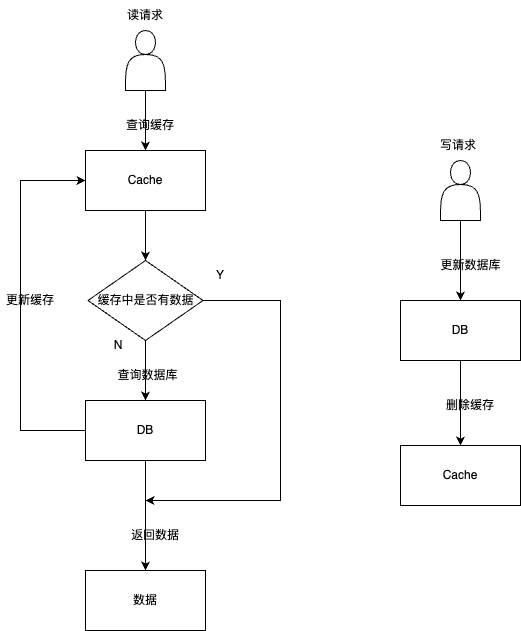
This is read-through.png from qinjianmin/draw.io, a draw.io export, as it was before one commit. Source tidied: cells renumbered, new cells last; positions are measured from the earlier drawing's top-left corner, leaving out a move shared by most shapes. Source of this version:
```xml
<mxGraphModel>
  <root>
    <mxCell id="0" />
    <mxCell id="1" parent="0" />
    <mxCell id="2" value="读请求" style="text;html=1;strokeColor=none;fillColor=none;align=center;verticalAlign=middle;whiteSpace=wrap;rounded=0;" parent="1" vertex="1">
      <mxGeometry x="115" width="60" height="30" as="geometry" />
    </mxCell>
    <mxCell id="3" style="edgeStyle=orthogonalEdgeStyle;rounded=0;jettySize=auto;html=1;" parent="1" edge="1" source="5">
      <mxGeometry relative="1" as="geometry">
        <mxPoint x="145" y="500" as="targetPoint" />
        <Array as="points">
          <mxPoint x="280" y="300" />
          <mxPoint x="280" y="500" />
        </Array>
      </mxGeometry>
    </mxCell>
    <mxCell id="4" style="edgeStyle=orthogonalEdgeStyle;rounded=0;jettySize=auto;html=1;" parent="1" edge="1" source="5" target="8">
      <mxGeometry relative="1" as="geometry" />
    </mxCell>
    <mxCell id="5" value="缓存中是否有数据" style="rhombus;whiteSpace=wrap;html=1;" parent="1" vertex="1">
      <mxGeometry x="87.5" y="260" width="115" height="80" as="geometry" />
    </mxCell>
    <mxCell id="6" style="edgeStyle=orthogonalEdgeStyle;rounded=0;jettySize=auto;html=1;entryX=0;entryY=0.5;entryDx=0;entryDy=0;" parent="1" edge="1" source="8" target="23">
      <mxGeometry relative="1" as="geometry">
        <Array as="points">
          <mxPoint x="20" y="430" />
          <mxPoint x="20" y="180" />
        </Array>
      </mxGeometry>
    </mxCell>
    <mxCell id="7" style="edgeStyle=orthogonalEdgeStyle;rounded=0;jettySize=auto;html=1;" parent="1" edge="1" source="8" target="10">
      <mxGeometry relative="1" as="geometry" />
    </mxCell>
    <mxCell id="8" value="DB" style="whiteSpace=wrap;html=1;" parent="1" vertex="1">
      <mxGeometry x="85" y="400" width="120" height="60" as="geometry" />
    </mxCell>
    <mxCell id="9" value="查询数据库" style="text;html=1;strokeColor=none;fillColor=none;align=center;verticalAlign=middle;whiteSpace=wrap;rounded=0;" parent="1" vertex="1">
      <mxGeometry x="105" y="360" width="85" height="30" as="geometry" />
    </mxCell>
    <mxCell id="10" value="数据" style="whiteSpace=wrap;html=1;" parent="1" vertex="1">
      <mxGeometry x="85" y="570" width="120" height="60" as="geometry" />
    </mxCell>
    <mxCell id="11" value="返回数据" style="text;html=1;strokeColor=none;fillColor=none;align=center;verticalAlign=middle;whiteSpace=wrap;rounded=0;" parent="1" vertex="1">
      <mxGeometry x="125" y="520" width="60" height="30" as="geometry" />
    </mxCell>
    <mxCell id="12" value="写请求" style="text;html=1;strokeColor=none;fillColor=none;align=center;verticalAlign=middle;whiteSpace=wrap;rounded=0;" parent="1" vertex="1">
      <mxGeometry x="427.5" y="130" width="60" height="30" as="geometry" />
    </mxCell>
    <mxCell id="13" style="edgeStyle=orthogonalEdgeStyle;rounded=0;jettySize=auto;html=1;" parent="1" edge="1" source="14" target="15">
      <mxGeometry relative="1" as="geometry" />
    </mxCell>
    <mxCell id="14" value="DB" style="whiteSpace=wrap;html=1;" parent="1" vertex="1">
      <mxGeometry x="400" y="300" width="120" height="60" as="geometry" />
    </mxCell>
    <mxCell id="15" value="Cache" style="whiteSpace=wrap;html=1;" parent="1" vertex="1">
      <mxGeometry x="400" y="445" width="120" height="60" as="geometry" />
    </mxCell>
    <mxCell id="16" value="更新数据库" style="text;html=1;strokeColor=none;fillColor=none;align=center;verticalAlign=middle;whiteSpace=wrap;rounded=0;" parent="1" vertex="1">
      <mxGeometry x="427.5" y="250" width="85" height="30" as="geometry" />
    </mxCell>
    <mxCell id="17" value="删除缓存" style="text;html=1;strokeColor=none;fillColor=none;align=center;verticalAlign=middle;whiteSpace=wrap;rounded=0;" parent="1" vertex="1">
      <mxGeometry x="440" y="390" width="60" height="30" as="geometry" />
    </mxCell>
    <mxCell id="18" style="edgeStyle=orthogonalEdgeStyle;rounded=0;jettySize=auto;html=1;entryX=0.5;entryY=0;entryDx=0;entryDy=0;" parent="1" edge="1" source="19" target="23">
      <mxGeometry relative="1" as="geometry" />
    </mxCell>
    <mxCell id="19" style="shape=actor;whiteSpace=wrap;html=1;" parent="1" vertex="1">
      <mxGeometry x="125" y="30" width="40" height="60" as="geometry" />
    </mxCell>
    <mxCell id="20" style="edgeStyle=orthogonalEdgeStyle;rounded=0;jettySize=auto;html=1;" parent="1" edge="1" source="21" target="14">
      <mxGeometry relative="1" as="geometry" />
    </mxCell>
    <mxCell id="21" style="shape=actor;whiteSpace=wrap;html=1;" parent="1" vertex="1">
      <mxGeometry x="440" y="160" width="40" height="60" as="geometry" />
    </mxCell>
    <mxCell id="22" style="edgeStyle=orthogonalEdgeStyle;rounded=0;jettySize=auto;html=1;entryX=0.5;entryY=0;entryDx=0;entryDy=0;" parent="1" edge="1" source="23" target="5">
      <mxGeometry relative="1" as="geometry" />
    </mxCell>
    <mxCell id="23" value="Cache" style="whiteSpace=wrap;html=1;" parent="1" vertex="1">
      <mxGeometry x="85" y="150" width="120" height="60" as="geometry" />
    </mxCell>
    <mxCell id="24" value="查询缓存" style="text;html=1;strokeColor=none;fillColor=none;align=center;verticalAlign=middle;whiteSpace=wrap;rounded=0;" parent="1" vertex="1">
      <mxGeometry x="120" y="110" width="60" height="30" as="geometry" />
    </mxCell>
    <mxCell id="25" value="Y" style="text;html=1;strokeColor=none;fillColor=none;align=center;verticalAlign=middle;whiteSpace=wrap;rounded=0;" parent="1" vertex="1">
      <mxGeometry x="190" y="260" width="60" height="30" as="geometry" />
    </mxCell>
    <mxCell id="26" value="N" style="text;html=1;strokeColor=none;fillColor=none;align=center;verticalAlign=middle;whiteSpace=wrap;rounded=0;" parent="1" vertex="1">
      <mxGeometry x="87.5" y="330" width="60" height="30" as="geometry" />
    </mxCell>
    <mxCell id="27" value="更新缓存" style="text;html=1;strokeColor=none;fillColor=none;align=center;verticalAlign=middle;whiteSpace=wrap;rounded=0;" parent="1" vertex="1">
      <mxGeometry y="285" width="60" height="30" as="geometry" />
    </mxCell>
  </root>
</mxGraphModel>
```
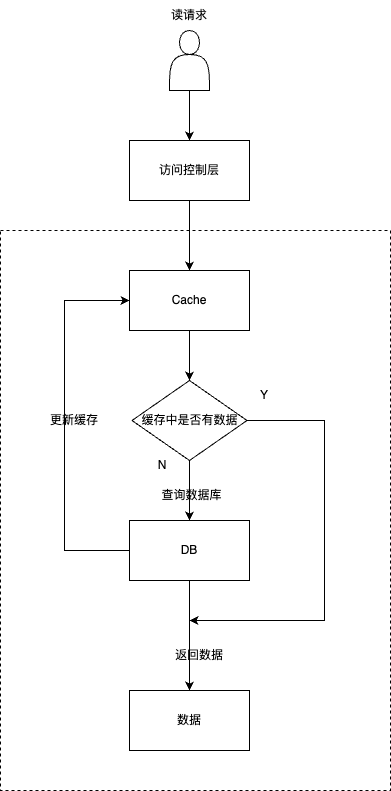
After the commit.

Change to the diagram source:
```diff
@@ -3,7 +3,7 @@
     <mxCell id="0" />
     <mxCell id="1" parent="0" />
     <mxCell id="2" value="读请求" style="text;html=1;strokeColor=none;fillColor=none;align=center;verticalAlign=middle;whiteSpace=wrap;rounded=0;" parent="1" vertex="1">
-      <mxGeometry x="115" width="60" height="30" as="geometry" />
+      <mxGeometry x="115" y="-120" width="60" height="30" as="geometry" />
     </mxCell>
     <mxCell id="3" style="edgeStyle=orthogonalEdgeStyle;rounded=0;jettySize=auto;html=1;" parent="1" edge="1" source="5">
       <mxGeometry relative="1" as="geometry">
@@ -43,45 +43,18 @@
     <mxCell id="11" value="返回数据" style="text;html=1;strokeColor=none;fillColor=none;align=center;verticalAlign=middle;whiteSpace=wrap;rounded=0;" parent="1" vertex="1">
       <mxGeometry x="125" y="520" width="60" height="30" as="geometry" />
     </mxCell>
-    <mxCell id="12" value="写请求" style="text;html=1;strokeColor=none;fillColor=none;align=center;verticalAlign=middle;whiteSpace=wrap;rounded=0;" parent="1" vertex="1">
-      <mxGeometry x="427.5" y="130" width="60" height="30" as="geometry" />
-    </mxCell>
-    <mxCell id="13" style="edgeStyle=orthogonalEdgeStyle;rounded=0;jettySize=auto;html=1;" parent="1" edge="1" source="14" target="15">
-      <mxGeometry relative="1" as="geometry" />
-    </mxCell>
-    <mxCell id="14" value="DB" style="whiteSpace=wrap;html=1;" parent="1" vertex="1">
-      <mxGeometry x="400" y="300" width="120" height="60" as="geometry" />
-    </mxCell>
-    <mxCell id="15" value="Cache" style="whiteSpace=wrap;html=1;" parent="1" vertex="1">
-      <mxGeometry x="400" y="445" width="120" height="60" as="geometry" />
-    </mxCell>
-    <mxCell id="16" value="更新数据库" style="text;html=1;strokeColor=none;fillColor=none;align=center;verticalAlign=middle;whiteSpace=wrap;rounded=0;" parent="1" vertex="1">
-      <mxGeometry x="427.5" y="250" width="85" height="30" as="geometry" />
-    </mxCell>
-    <mxCell id="17" value="删除缓存" style="text;html=1;strokeColor=none;fillColor=none;align=center;verticalAlign=middle;whiteSpace=wrap;rounded=0;" parent="1" vertex="1">
-      <mxGeometry x="440" y="390" width="60" height="30" as="geometry" />
-    </mxCell>
-    <mxCell id="18" style="edgeStyle=orthogonalEdgeStyle;rounded=0;jettySize=auto;html=1;entryX=0.5;entryY=0;entryDx=0;entryDy=0;" parent="1" edge="1" source="19" target="23">
-      <mxGeometry relative="1" as="geometry" />
-    </mxCell>
+    <mxCell id="28" style="edgeStyle=orthogonalEdgeStyle;rounded=0;jettySize=auto;html=1;entryX=0.5;entryY=0;entryDx=0;entryDy=0;" parent="1" edge="1" source="19" target="30">
+      <mxGeometry relative="1" as="geometry" />
+    </mxCell>
     <mxCell id="19" style="shape=actor;whiteSpace=wrap;html=1;" parent="1" vertex="1">
-      <mxGeometry x="125" y="30" width="40" height="60" as="geometry" />
+      <mxGeometry x="125" y="-90" width="40" height="60" as="geometry" />
     </mxCell>
-    <mxCell id="20" style="edgeStyle=orthogonalEdgeStyle;rounded=0;jettySize=auto;html=1;" parent="1" edge="1" source="21" target="14">
-      <mxGeometry relative="1" as="geometry" />
-    </mxCell>
-    <mxCell id="21" style="shape=actor;whiteSpace=wrap;html=1;" parent="1" vertex="1">
-      <mxGeometry x="440" y="160" width="40" height="60" as="geometry" />
-    </mxCell>
     <mxCell id="22" style="edgeStyle=orthogonalEdgeStyle;rounded=0;jettySize=auto;html=1;entryX=0.5;entryY=0;entryDx=0;entryDy=0;" parent="1" edge="1" source="23" target="5">
       <mxGeometry relative="1" as="geometry" />
     </mxCell>
     <mxCell id="23" value="Cache" style="whiteSpace=wrap;html=1;" parent="1" vertex="1">
       <mxGeometry x="85" y="150" width="120" height="60" as="geometry" />
     </mxCell>
-    <mxCell id="24" value="查询缓存" style="text;html=1;strokeColor=none;fillColor=none;align=center;verticalAlign=middle;whiteSpace=wrap;rounded=0;" parent="1" vertex="1">
-      <mxGeometry x="120" y="110" width="60" height="30" as="geometry" />
-    </mxCell>
     <mxCell id="25" value="Y" style="text;html=1;strokeColor=none;fillColor=none;align=center;verticalAlign=middle;whiteSpace=wrap;rounded=0;" parent="1" vertex="1">
       <mxGeometry x="190" y="260" width="60" height="30" as="geometry" />
     </mxCell>
@@ -91,5 +64,14 @@
     <mxCell id="27" value="更新缓存" style="text;html=1;strokeColor=none;fillColor=none;align=center;verticalAlign=middle;whiteSpace=wrap;rounded=0;" parent="1" vertex="1">
       <mxGeometry y="285" width="60" height="30" as="geometry" />
     </mxCell>
+    <mxCell id="29" style="edgeStyle=orthogonalEdgeStyle;rounded=0;jettySize=auto;html=1;entryX=0.5;entryY=0;entryDx=0;entryDy=0;" parent="1" edge="1" source="30" target="23">
+      <mxGeometry relative="1" as="geometry" />
+    </mxCell>
+    <mxCell id="30" value="访问控制层" style="rounded=0;whiteSpace=wrap;html=1;" parent="1" vertex="1">
+      <mxGeometry x="85" y="20" width="120" height="60" as="geometry" />
+    </mxCell>
+    <mxCell id="31" style="rounded=0;whiteSpace=wrap;html=1;fillColor=none;dashed=1;" parent="1" vertex="1">
+      <mxGeometry x="-44" y="110" width="390" height="560" as="geometry" />
+    </mxCell>
   </root>
 </mxGraphModel>
```
